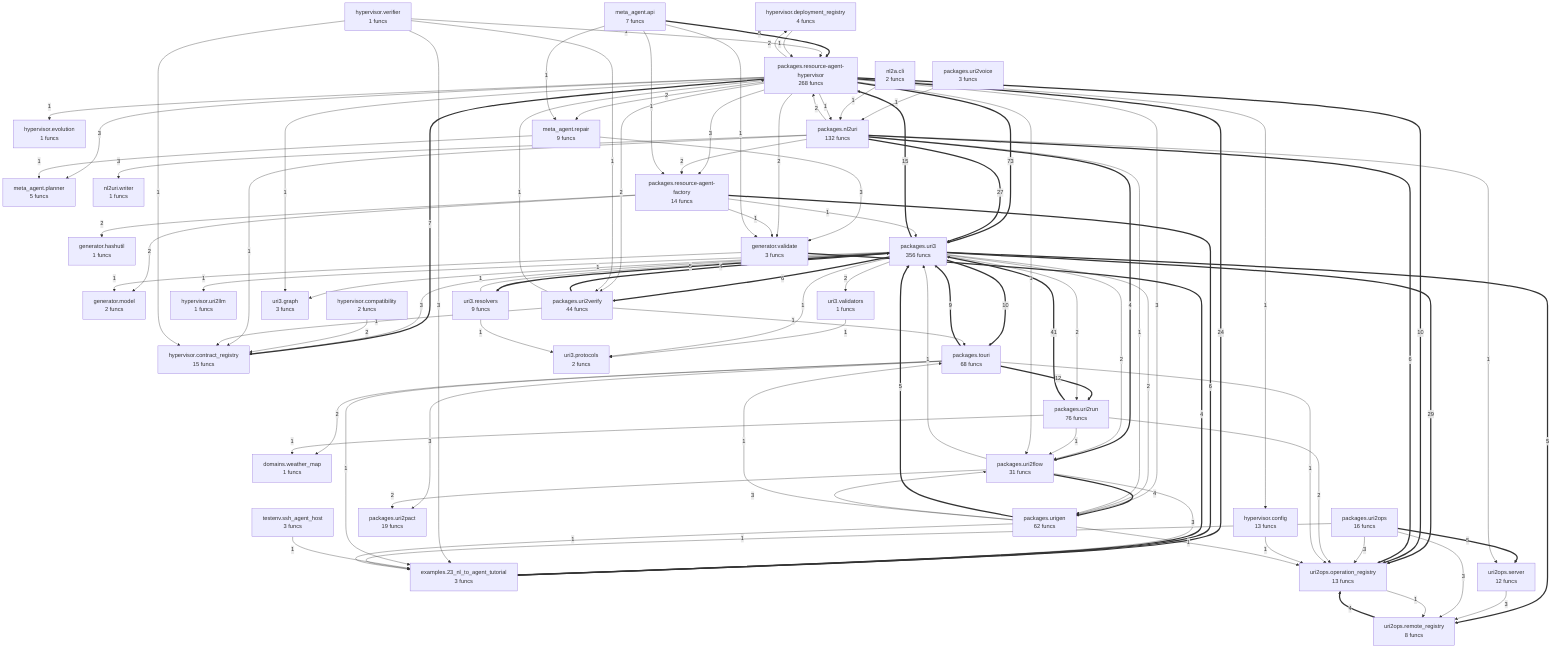
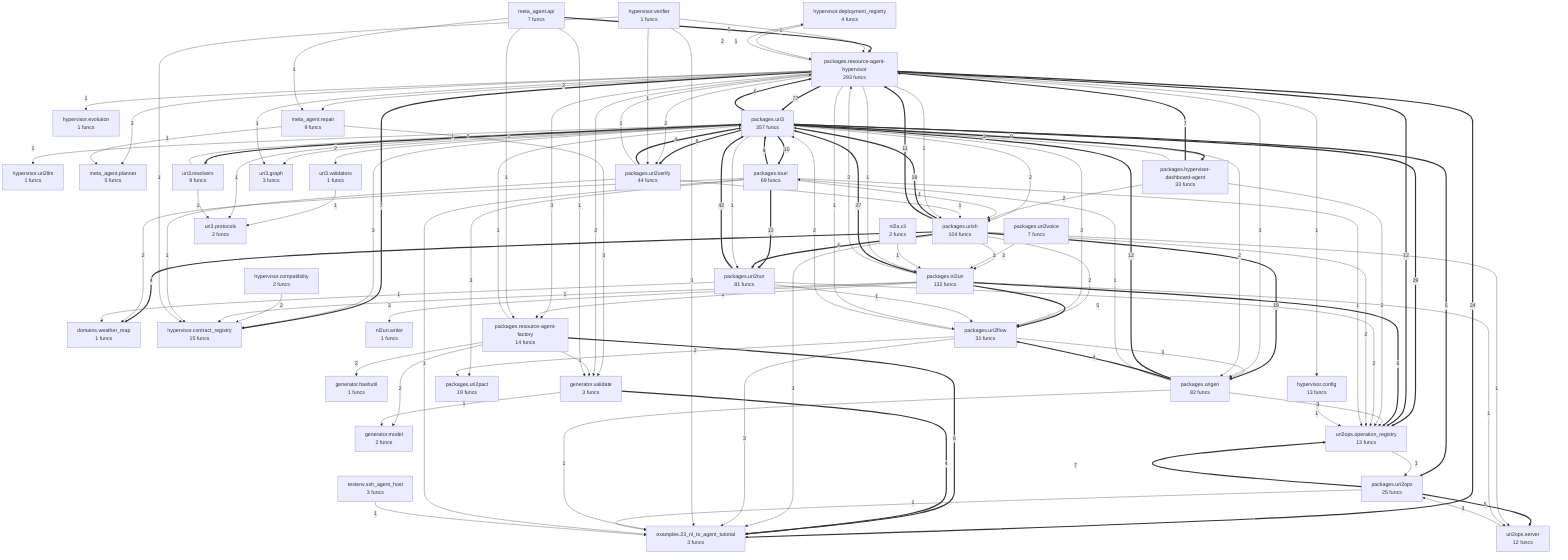
flowchart TD
- %% generated in 0.09s
+ %% generated in 0.14s
    domains__weather_map["domains.weather_map<br/>1 funcs"]
    examples__23_nl_to_agent_tutorial["examples.23_nl_to_agent_tutorial<br/>3 funcs"]
    generator__hashutil["generator.hashutil<br/>1 funcs"]
    generator__model["generator.model<br/>2 funcs"]
    generator__validate["generator.validate<br/>3 funcs"]
    hypervisor__compatibility["hypervisor.compatibility<br/>2 funcs"]
    hypervisor__config["hypervisor.config<br/>13 funcs"]
    hypervisor__contract_registry["hypervisor.contract_registry<br/>15 funcs"]
    hypervisor__deployment_registry["hypervisor.deployment_registry<br/>4 funcs"]
    hypervisor__evolution["hypervisor.evolution<br/>1 funcs"]
    hypervisor__uri2llm["hypervisor.uri2llm<br/>1 funcs"]
    hypervisor__verifier["hypervisor.verifier<br/>1 funcs"]
    meta_agent__api["meta_agent.api<br/>7 funcs"]
    meta_agent__planner["meta_agent.planner<br/>5 funcs"]
    meta_agent__repair["meta_agent.repair<br/>9 funcs"]
    nl2a__cli["nl2a.cli<br/>2 funcs"]
    nl2uri__writer["nl2uri.writer<br/>1 funcs"]
+     packages__hypervisor_dashboard_agent["packages.hypervisor-dashboard-agent<br/>33 funcs"]
    packages__nl2uri["packages.nl2uri<br/>132 funcs"]
    packages__resource_agent_factory["packages.resource-agent-factory<br/>14 funcs"]
-     packages__resource_agent_hypervisor["packages.resource-agent-hypervisor<br/>268 funcs"]
-     packages__touri["packages.touri<br/>68 funcs"]
+     packages__resource_agent_hypervisor["packages.resource-agent-hypervisor<br/>293 funcs"]
+     packages__touri["packages.touri<br/>69 funcs"]
    packages__uri2flow["packages.uri2flow<br/>31 funcs"]
-     packages__uri2ops["packages.uri2ops<br/>16 funcs"]
+     packages__uri2ops["packages.uri2ops<br/>25 funcs"]
    packages__uri2pact["packages.uri2pact<br/>19 funcs"]
-     packages__uri2run["packages.uri2run<br/>76 funcs"]
+     packages__uri2run["packages.uri2run<br/>81 funcs"]
    packages__uri2verify["packages.uri2verify<br/>44 funcs"]
-     packages__uri2voice["packages.uri2voice<br/>3 funcs"]
-     packages__uri3["packages.uri3<br/>356 funcs"]
-     packages__urigen["packages.urigen<br/>62 funcs"]
+     packages__uri2voice["packages.uri2voice<br/>7 funcs"]
+     packages__uri3["packages.uri3<br/>357 funcs"]
+     packages__urigen["packages.urigen<br/>82 funcs"]
+     packages__urish["packages.urish<br/>104 funcs"]
    testenv__ssh_agent_host["testenv.ssh_agent_host<br/>3 funcs"]
    uri2ops__operation_registry["uri2ops.operation_registry<br/>13 funcs"]
-     uri2ops__remote_registry["uri2ops.remote_registry<br/>8 funcs"]
    uri2ops__server["uri2ops.server<br/>12 funcs"]
    uri3__graph["uri3.graph<br/>3 funcs"]
    uri3__protocols["uri3.protocols<br/>2 funcs"]
    uri3__resolvers["uri3.resolvers<br/>9 funcs"]
    uri3__validators["uri3.validators<br/>1 funcs"]
-     packages__resource_agent_hypervisor ==>|73| packages__uri3
-     packages__uri2run ==>|41| packages__uri3
+     packages__resource_agent_hypervisor ==>|77| packages__uri3
+     packages__uri2run ==>|42| packages__uri3
    packages__uri3 ==>|29| uri2ops__operation_registry
    packages__nl2uri ==>|27| packages__uri3
    packages__resource_agent_hypervisor ==>|24| examples__23_nl_to_agent_tutorial
-     packages__uri3 ==>|15| packages__resource_agent_hypervisor
-     packages__touri ==>|12| packages__uri2run
+     packages__urish ==>|19| packages__uri3
+     packages__urish ==>|19| packages__urigen
+     packages__touri ==>|13| packages__uri2run
+     packages__urigen ==>|12| packages__uri3
+     packages__resource_agent_hypervisor ==>|12| uri2ops__operation_registry
+     packages__urish ==>|11| packages__resource_agent_hypervisor
    packages__uri3 ==>|10| packages__touri
-     packages__resource_agent_hypervisor ==>|10| uri2ops__operation_registry
+     packages__uri3 ==>|9| packages__hypervisor_dashboard_agent
    packages__touri ==>|9| packages__uri3
+     packages__uri2ops ==>|7| uri2ops__operation_registry
+     packages__hypervisor_dashboard_agent ==>|7| packages__resource_agent_hypervisor
    packages__resource_agent_hypervisor ==>|7| hypervisor__contract_registry
+     packages__uri3 ==>|6| packages__resource_agent_hypervisor
    packages__uri3 ==>|6| packages__uri2verify
    packages__resource_agent_factory ==>|6| examples__23_nl_to_agent_tutorial
    packages__nl2uri ==>|6| uri2ops__operation_registry
-     packages__urigen ==>|5| packages__uri3
    packages__uri2ops ==>|5| uri2ops__server
-     packages__uri3 ==>|5| uri2ops__remote_registry
+     packages__uri3 ==>|5| packages__uri2ops
    packages__uri3 ==>|5| uri3__resolvers
+     packages__nl2uri ==>|5| packages__uri2flow
    meta_agent__api ==>|5| packages__resource_agent_hypervisor
-     uri2ops__remote_registry ==>|4| uri2ops__operation_registry
-     packages__uri2flow ==>|4| packages__urigen
+     packages__urish ==>|4| packages__uri2run
+     packages__urish ==>|4| domains__weather_map
+     packages__urigen ==>|4| packages__uri2flow
    generator__validate ==>|4| examples__23_nl_to_agent_tutorial
-     packages__nl2uri ==>|4| packages__uri2flow
    packages__uri2verify ==>|4| packages__uri3
-     packages__urigen -->|3| packages__uri2flow
-     uri2ops__server -->|3| uri2ops__remote_registry
-     packages__uri2ops -->|3| uri2ops__operation_registry
+     packages__urish -->|3| examples__23_nl_to_agent_tutorial
+     uri2ops__server -->|3| packages__uri2ops
    packages__uri3 -->|3| hypervisor__contract_registry
+     packages__hypervisor_dashboard_agent -->|3| packages__uri3
    packages__uri2flow -->|3| examples__23_nl_to_agent_tutorial
+     packages__uri2flow -->|3| packages__urigen
    packages__touri -->|3| packages__uri2pact
    packages__nl2uri -->|3| nl2uri__writer
+     packages__resource_agent_hypervisor -->|3| packages__urigen
    packages__resource_agent_hypervisor -->|3| meta_agent__planner
    packages__resource_agent_hypervisor -->|3| packages__resource_agent_factory
    meta_agent__repair -->|3| generator__validate
-     packages__resource_agent_hypervisor -->|3| packages__urigen
    hypervisor__verifier -->|3| examples__23_nl_to_agent_tutorial
-     packages__uri2ops -->|3| uri2ops__remote_registry
+     packages__urigen -->|3| uri2ops__operation_registry
+     packages__urish -->|2| packages__uri2flow
    packages__uri3 -->|2| uri3__validators
-     packages__uri3 -->|2| packages__uri2run
+     packages__uri3 -->|2| packages__urish
    packages__uri3 -->|2| packages__uri2flow
    packages__uri3 -->|2| packages__urigen
+     packages__hypervisor_dashboard_agent -->|2| packages__urish
+     packages__hypervisor_dashboard_agent -->|2| uri2ops__operation_registry
+     packages__uri2flow -->|2| packages__uri3
    packages__uri2flow -->|2| packages__uri2pact
    packages__touri -->|2| domains__weather_map
    packages__uri2run -->|2| uri2ops__operation_registry
    packages__resource_agent_factory -->|2| generator__model
    packages__resource_agent_factory -->|2| generator__hashutil
    packages__nl2uri -->|2| packages__resource_agent_hypervisor
    packages__nl2uri -->|2| packages__resource_agent_factory
    packages__resource_agent_hypervisor -->|2| generator__validate
    packages__resource_agent_hypervisor -->|2| meta_agent__repair
+     packages__resource_agent_hypervisor -->|2| packages__uri2verify
    packages__resource_agent_hypervisor -->|2| hypervisor__deployment_registry
    hypervisor__compatibility -->|2| hypervisor__contract_registry
-     packages__resource_agent_hypervisor -->|2| packages__uri2verify
-     uri2ops__operation_registry -->|1| uri2ops__remote_registry
+     packages__urish -->|2| uri2ops__operation_registry
+     packages__urish -->|2| packages__nl2uri
+     packages__urish -->|1| uri2ops__server
+     packages__urigen -->|1| examples__23_nl_to_agent_tutorial
+     packages__urigen -->|1| packages__touri
+     packages__uri2ops -->|1| examples__23_nl_to_agent_tutorial
+     uri2ops__operation_registry -->|1| packages__uri2ops
    uri3__validators -->|1| uri3__protocols
    packages__uri3 -->|1| uri3__graph
    packages__uri3 -->|1| uri3__protocols
    packages__uri3 -->|1| hypervisor__uri2llm
    uri3__resolvers -->|1| packages__uri3
    uri3__resolvers -->|1| uri3__protocols
-     packages__uri2flow -->|1| packages__uri3
+     packages__uri3 -->|1| packages__uri2run
    packages__touri -->|1| examples__23_nl_to_agent_tutorial
+     packages__touri -->|1| packages__urish
    packages__touri -->|1| uri2ops__operation_registry
    packages__uri2voice -->|1| packages__nl2uri
    packages__uri2run -->|1| domains__weather_map
    packages__uri2run -->|1| packages__uri2flow
    generator__validate -->|1| generator__model
    packages__resource_agent_factory -->|1| packages__uri3
    packages__resource_agent_factory -->|1| generator__validate
    packages__nl2uri -->|1| uri2ops__server
    packages__nl2uri -->|1| hypervisor__contract_registry
-     packages__nl2uri -->|1| packages__urigen
    nl2a__cli -->|1| packages__nl2uri
    packages__uri2verify -->|1| hypervisor__contract_registry
    packages__uri2verify -->|1| packages__resource_agent_hypervisor
-     packages__uri2verify -->|1| packages__touri
+     packages__uri2verify -->|1| packages__urish
    packages__resource_agent_hypervisor -->|1| packages__uri2flow
    meta_agent__api -->|1| generator__validate
    meta_agent__api -->|1| meta_agent__repair
    meta_agent__api -->|1| packages__resource_agent_factory
    meta_agent__repair -->|1| meta_agent__planner
+     packages__resource_agent_hypervisor -->|1| packages__urish
    hypervisor__verifier -->|1| hypervisor__contract_registry
    hypervisor__verifier -->|1| packages__resource_agent_hypervisor
    hypervisor__verifier -->|1| packages__uri2verify
    packages__resource_agent_hypervisor -->|1| hypervisor__config
    hypervisor__config -->|1| uri2ops__operation_registry
    packages__resource_agent_hypervisor -->|1| hypervisor__evolution
    packages__resource_agent_hypervisor -->|1| uri3__graph
    packages__resource_agent_hypervisor -->|1| packages__nl2uri
    hypervisor__deployment_registry -->|1| packages__resource_agent_hypervisor
    testenv__ssh_agent_host -->|1| examples__23_nl_to_agent_tutorial
-     packages__uri2ops -->|1| examples__23_nl_to_agent_tutorial
-     packages__urigen -->|1| uri2ops__operation_registry
-     packages__urigen -->|1| packages__touri
-     packages__urigen -->|1| examples__23_nl_to_agent_tutorial
